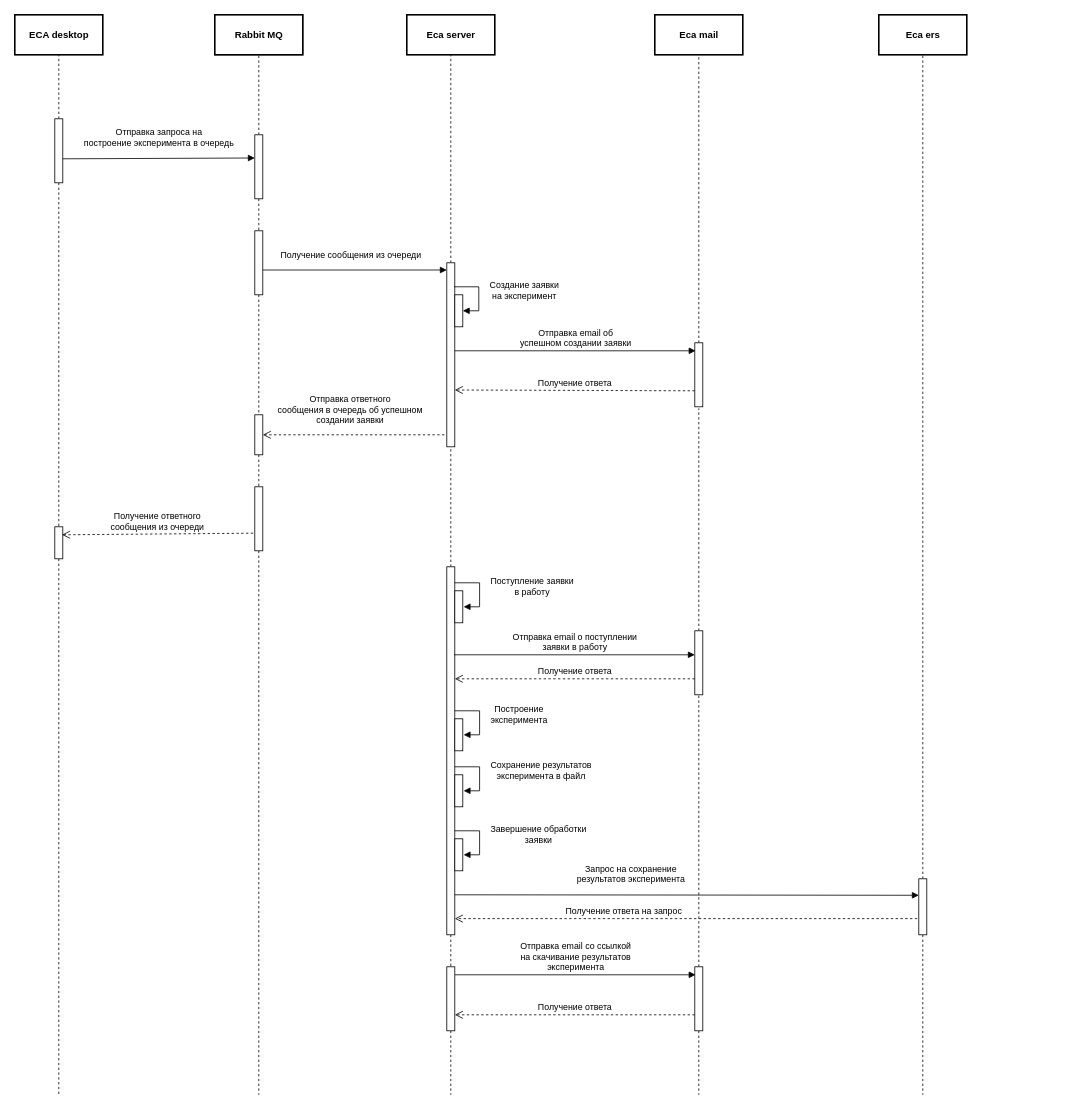
Above: doc/schemas/Experiment request sequence.drawio in Stonnos/eca-service (draw.io), before the change. Source tidied: cells renumbered, new cells numbered last; positions are measured from the earlier drawing's top-left corner, leaving out a move shared by most shapes. Both pictures are drawn from the tidied source at 80%, with x=0, y=0 at pixel (14, 14).
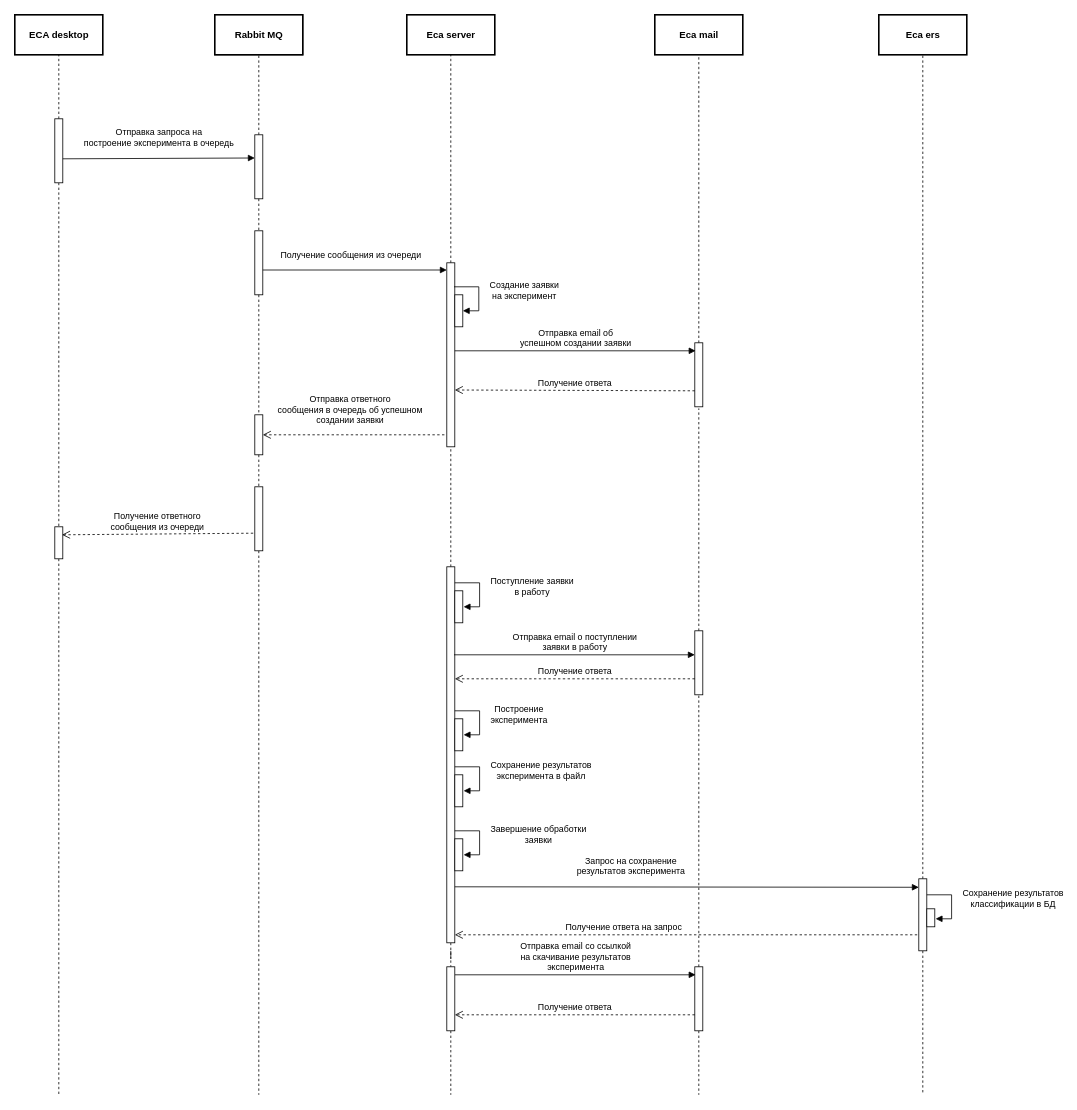
The same diagram, later.

What changed in the source:
```diff
@@
     <mxCell id="36" style="html=1;points=[];perimeter=orthogonalPerimeter;" parent="1" vertex="1">
-      <mxGeometry x="540" y="690" width="10" height="460" as="geometry" />
+      <mxGeometry x="540" y="690" width="10" height="470" as="geometry" />
     </mxCell>
@@
     <mxCell id="49" style="html=1;points=[];perimeter=orthogonalPerimeter;" parent="1" vertex="1">
-      <mxGeometry x="1130" y="1080" width="10" height="70" as="geometry" />
+      <mxGeometry x="1130" y="1080" width="10" height="90" as="geometry" />
     </mxCell>
     <mxCell id="50" value="Запрос на сохранение&lt;br&gt;результатов эксперимента" style="html=1;verticalAlign=bottom;endArrow=block;" parent="1" edge="1">
       <mxGeometry x="-0.24" y="10" relative="1" as="geometry">
-        <mxPoint x="550" y="1100" as="sourcePoint" />
-        <mxPoint x="1130" y="1100.6" as="targetPoint" />
+        <mxPoint x="550" y="1090" as="sourcePoint" />
+        <mxPoint x="1130" y="1090.6" as="targetPoint" />
       </mxGeometry>
     </mxCell>
-    <mxCell id="51" value="Получение ответа на запрос" style="html=1;verticalAlign=bottom;endArrow=open;dashed=1;endSize=8;exitX=-0.2;exitY=0.711;exitDx=0;exitDy=0;exitPerimeter=0;" parent="1" edge="1" source="49" target="36">
-      <mxGeometry x="0.27" relative="1" as="geometry" />
+    <mxCell id="51" value="Получение ответа на запрос" style="html=1;verticalAlign=bottom;endArrow=open;dashed=1;endSize=8;" parent="1" edge="1" target="36">
+      <mxGeometry x="0.27" relative="1" as="geometry">
+        <mxPoint x="1128" y="1150" as="sourcePoint" />
+      </mxGeometry>
     </mxCell>
@@
+    <mxCell id="61" style="html=1;perimeter=orthogonalPerimeter;" parent="1" vertex="1">
+      <mxGeometry x="1140" y="1117.5" width="10" height="22.5" as="geometry" />
+    </mxCell>
+    <mxCell id="62" value="&lt;div style=&quot;text-align: center&quot;&gt;Сохранение результатов&lt;/div&gt;&lt;div style=&quot;text-align: center&quot;&gt;классификации в БД&lt;/div&gt;" style="edgeStyle=orthogonalEdgeStyle;html=1;align=left;spacingLeft=2;endArrow=block;rounded=0;strokeColor=#000000;" parent="1" edge="1">
+      <mxGeometry x="-0.1" y="10" relative="1" as="geometry">
+        <mxPoint x="1140" y="1100" as="sourcePoint" />
+        <mxPoint x="1151" y="1130" as="targetPoint" />
+        <Array as="points">
+          <mxPoint x="1140" y="1100" />
+          <mxPoint x="1171" y="1100" />
+          <mxPoint x="1171" y="1130" />
+        </Array>
+      </mxGeometry>
+    </mxCell>
```
